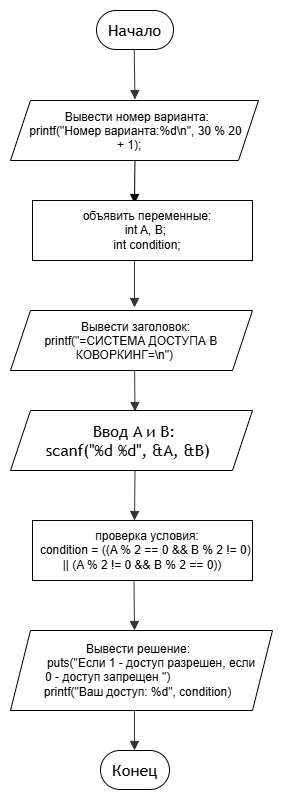
Before: lab4home.png, a diagram exported from draw.io (ChudakovaKatya/lab4home). Source tidied: cells renumbered, new cells last; positions are measured from the earlier drawing's top-left corner, leaving out a move shared by most shapes.
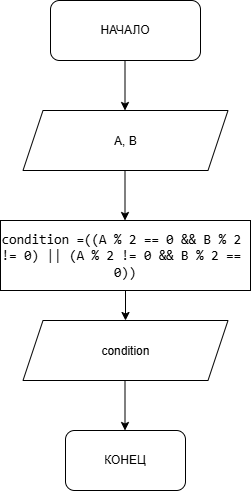
The same file after the commit.

What changed in the source:
```diff
@@ -2,73 +2,41 @@
   <root>
     <mxCell id="0" />
     <mxCell id="1" parent="0" />
-    <mxCell id="2" style="group;transparentBounds=1;editIcon=1;lockedGroup=0;groupPadding=10;" parent="1" vertex="1">
-      <mxGeometry as="geometry" />
-    </mxCell>
-    <mxCell id="3" value="Начало" style="html=1;rounded=1;whiteSpace=wrap;arcSize=50;strokeWidth=1;fontFamily=Trebuchet MS,Verdana,Arial,sans-serif;fontSize=16;" parent="2" vertex="1">
-      <mxGeometry x="224" y="30" width="77" height="39" as="geometry" />
-    </mxCell>
-    <mxCell id="4" value="Конец" style="html=1;rounded=1;whiteSpace=wrap;arcSize=50;strokeWidth=1;fontFamily=Trebuchet MS,Verdana,Arial,sans-serif;fontSize=16;" parent="2" vertex="1">
-      <mxGeometry x="228" y="770" width="69" height="39" as="geometry" />
-    </mxCell>
-    <mxCell id="5" style="curved=1;startArrow=none;endArrow=block;endSize=7;strokeColor=light-dark(#333333,#cccccc);exitX=0.49;exitY=1;entryX=0.5;entryY=0;rounded=0;" parent="2" edge="1" source="3">
-      <mxGeometry relative="1" as="geometry">
-        <mxPoint x="262.5" y="119" as="targetPoint" />
-      </mxGeometry>
-    </mxCell>
-    <mxCell id="6" style="curved=1;startArrow=none;endArrow=block;endSize=7;exitX=0.5;exitY=1;entryX=0.5;entryY=0;rounded=0;strokeColor=light-dark(#000000,#FFFFFF);" parent="2" edge="1">
-      <mxGeometry relative="1" as="geometry">
-        <mxPoint x="262.5" y="173" as="sourcePoint" />
-        <mxPoint x="262" y="223" as="targetPoint" />
-      </mxGeometry>
-    </mxCell>
-    <mxCell id="7" style="curved=1;startArrow=none;endArrow=block;endSize=7;strokeColor=light-dark(#333333,#FFFFFF);exitX=0.5;exitY=1;entryX=0.5;entryY=0;rounded=0;" parent="2" edge="1">
-      <mxGeometry relative="1" as="geometry">
-        <mxPoint x="262" y="277" as="sourcePoint" />
-        <mxPoint x="262" y="327" as="targetPoint" />
-      </mxGeometry>
-    </mxCell>
-    <mxCell id="8" style="curved=1;startArrow=none;endArrow=block;endSize=7;strokeColor=light-dark(#333333,#FFFFFF);exitX=0.5;exitY=1;entryX=0.5;entryY=0;rounded=0;entryDx=0;entryDy=0;" parent="2" edge="1">
-      <mxGeometry relative="1" as="geometry">
-        <mxPoint x="262" y="381" as="sourcePoint" />
-        <mxPoint x="262.5" y="431" as="targetPoint" />
-      </mxGeometry>
-    </mxCell>
-    <mxCell id="9" style="curved=1;startArrow=none;endArrow=block;endSize=7;strokeColor=light-dark(#333333,#FFFFFF);exitX=0.5;exitY=1;entryX=0.5;entryY=0;rounded=0;" parent="2" edge="1">
-      <mxGeometry relative="1" as="geometry">
-        <mxPoint x="262.5" y="490" as="sourcePoint" />
-        <mxPoint x="262" y="540" as="targetPoint" />
-      </mxGeometry>
-    </mxCell>
-    <mxCell id="10" style="curved=1;startArrow=none;endArrow=block;endSize=7;strokeColor=light-dark(#333333,#000000);exitX=0.5;exitY=1;entryX=0.5;entryY=0;rounded=0;" parent="2" edge="1">
-      <mxGeometry relative="1" as="geometry">
-        <mxPoint x="261.5" y="600" as="sourcePoint" />
-        <mxPoint x="262" y="650" as="targetPoint" />
-      </mxGeometry>
-    </mxCell>
-    <mxCell id="11" style="curved=1;startArrow=none;endArrow=block;endSize=7;strokeColor=light-dark(#333333,#FFFFFF);exitX=0.5;exitY=1;entryX=0.5;entryY=0;rounded=0;" parent="2" edge="1">
-      <mxGeometry relative="1" as="geometry">
-        <mxPoint x="262" y="720" as="sourcePoint" />
-        <mxPoint x="262" y="770" as="targetPoint" />
-      </mxGeometry>
-    </mxCell>
-    <mxCell id="12" value="Вывести номер варианта:&amp;nbsp; &amp;nbsp;&lt;span style=&quot;background-color: transparent; color: light-dark(rgb(0, 0, 0), rgb(255, 255, 255));&quot;&gt;printf(&quot;Номер варианта:%d\n&quot;, 30 % 20 + 1);&lt;/span&gt;&lt;div&gt;&lt;br&gt;&lt;/div&gt;" style="shape=parallelogram;perimeter=parallelogramPerimeter;whiteSpace=wrap;html=1;shapeInside=1;fixedSize=1;" parent="2" vertex="1">
-      <mxGeometry x="138" y="120" width="248" height="60" as="geometry" />
-    </mxCell>
-    <mxCell id="13" value="&amp;nbsp; &amp;nbsp; &amp;nbsp; &amp;nbsp; &amp;nbsp; &amp;nbsp; &amp;nbsp; объявить переменные:&amp;nbsp; &amp;nbsp; &amp;nbsp; &amp;nbsp; &amp;nbsp; &amp;nbsp; &amp;nbsp; &amp;nbsp; &lt;span style=&quot;background-color: transparent;&quot;&gt;int A, B;&amp;nbsp;&amp;nbsp;&lt;/span&gt;&lt;div&gt;&amp;nbsp; &amp;nbsp; int condition;&amp;nbsp;&lt;/div&gt;" style="rounded=0;whiteSpace=wrap;html=1;" parent="2" vertex="1">
-      <mxGeometry x="160" y="220" width="220" height="60" as="geometry" />
-    </mxCell>
-    <mxCell id="14" value="Вывести заголовок: printf(&quot;=СИСТЕМА ДОСТУПА В КОВОРКИНГ=\n&quot;)&amp;nbsp;" style="shape=parallelogram;perimeter=parallelogramPerimeter;whiteSpace=wrap;html=1;shapeInside=1;fixedSize=1;" parent="2" vertex="1">
-      <mxGeometry x="138" y="330" width="242" height="60" as="geometry" />
-    </mxCell>
-    <mxCell id="15" value="&amp;nbsp; &amp;nbsp; &amp;nbsp; &amp;nbsp; &amp;nbsp; &amp;nbsp; &amp;nbsp; &amp;nbsp; &amp;nbsp; проверка условия:&amp;nbsp; &amp;nbsp; &amp;nbsp; &amp;nbsp; &amp;nbsp; &amp;nbsp; &amp;nbsp; &amp;nbsp; &amp;nbsp; condition = ((A % 2 == 0 &amp;amp;&amp;amp; B % 2 != 0) || (A % 2 != 0 &amp;amp;&amp;amp; B % 2 == 0))" style="rounded=0;whiteSpace=wrap;html=1;" parent="2" vertex="1">
-      <mxGeometry x="160" y="540" width="220" height="60" as="geometry" />
-    </mxCell>
-    <mxCell id="16" value="&lt;span style=&quot;font-family: &amp;quot;Trebuchet MS&amp;quot;, Verdana, Arial, sans-serif; font-size: 16px;&quot;&gt;Ввод A и B:&lt;/span&gt;&lt;div style=&quot;font-family: &amp;quot;Trebuchet MS&amp;quot;, Verdana, Arial, sans-serif; font-size: 16px;&quot;&gt;scanf(&quot;%d %d&quot;, &amp;amp;A, &amp;amp;B)&lt;/div&gt;" style="shape=parallelogram;perimeter=parallelogramPerimeter;whiteSpace=wrap;html=1;shapeInside=1;fixedSize=1;" parent="2" vertex="1">
-      <mxGeometry x="138" y="430" width="242" height="60" as="geometry" />
-    </mxCell>
-    <mxCell id="17" value="&amp;nbsp; &amp;nbsp; &amp;nbsp; &amp;nbsp; &amp;nbsp; &amp;nbsp; &amp;nbsp; &amp;nbsp; Вывести решение:&amp;nbsp; &amp;nbsp; &amp;nbsp; &amp;nbsp; &amp;nbsp; &amp;nbsp; &amp;nbsp; &amp;nbsp; &amp;nbsp; &amp;nbsp; &amp;nbsp; &amp;nbsp; &amp;nbsp; &amp;nbsp;&lt;span style=&quot;text-decoration-line: inherit; background-color: transparent; color: light-dark(rgb(0, 0, 0), rgb(255, 255, 255));&quot;&gt;puts(&quot;Если 1 - доступ разрешен, если 0 - доступ запрещен &quot;)&amp;nbsp; &amp;nbsp; &amp;nbsp; &amp;nbsp; &amp;nbsp; &amp;nbsp; &amp;nbsp; &amp;nbsp; &amp;nbsp; &amp;nbsp; &amp;nbsp;&lt;/span&gt;&lt;span style=&quot;background-color: transparent;&quot;&gt;printf(&quot;Ваш доступ: %d&quot;, condition)&lt;/span&gt;" style="shape=parallelogram;perimeter=parallelogramPerimeter;whiteSpace=wrap;html=1;shapeInside=1;fixedSize=1;" parent="2" vertex="1">
-      <mxGeometry x="138" y="650" width="262" height="80" as="geometry" />
-    </mxCell>
+    <mxCell id="18" value="НАЧАЛО" style="rounded=1;whiteSpace=wrap;html=1;roundedPerimeter=1;" parent="1" vertex="1">
+      <mxGeometry x="260" y="30" width="150" height="60" as="geometry" />
+    </mxCell>
+    <mxCell id="19" style="endArrow=classic;html=1;rounded=0;exitX=0.5;exitY=1;exitDx=0;exitDy=0;" parent="1" edge="1">
+      <mxGeometry x="0.66" relative="1" as="geometry">
+        <mxPoint x="334.5" y="410" as="sourcePoint" />
+        <mxPoint x="334.5" y="460" as="targetPoint" />
+      </mxGeometry>
+    </mxCell>
+    <mxCell id="20" value="&lt;div&gt;A, B&lt;/div&gt;" style="shape=parallelogram;perimeter=parallelogramPerimeter;whiteSpace=wrap;html=1;shapeInside=1;fixedSize=1;" parent="1" vertex="1">
+      <mxGeometry x="232.5" y="140" width="205" height="60" as="geometry" />
+    </mxCell>
+    <mxCell id="21" style="endArrow=classic;html=1;rounded=0;exitX=0.5;exitY=1;exitDx=0;exitDy=0;" parent="1" edge="1">
+      <mxGeometry x="0.66" relative="1" as="geometry">
+        <mxPoint x="334.5" y="90" as="sourcePoint" />
+        <mxPoint x="334.5" y="140" as="targetPoint" />
+      </mxGeometry>
+    </mxCell>
+    <mxCell id="22" value="&lt;p&gt;&lt;span style=&quot;font-family: &amp;quot;Monaspace Neon&amp;quot;, ui-monospace, SFMono-Regular, &amp;quot;SF Mono&amp;quot;, Menlo, Consolas, &amp;quot;Liberation Mono&amp;quot;, monospace; font-size: 13.6px; text-align: start; white-space: break-spaces;&quot;&gt;condition =((A % 2 == 0 &amp;amp;&amp;amp; B % 2 != 0) || (A % 2 != 0 &amp;amp;&amp;amp; B % 2 == 0))&lt;/span&gt;&lt;/p&gt;" style="rounded=0;whiteSpace=wrap;html=1;" parent="1" vertex="1">
+      <mxGeometry x="210" y="250" width="250" height="70" as="geometry" />
+    </mxCell>
+    <mxCell id="23" style="endArrow=classic;html=1;rounded=0;exitX=0.5;exitY=1;exitDx=0;exitDy=0;" parent="1" edge="1">
+      <mxGeometry x="0.66" relative="1" as="geometry">
+        <mxPoint x="334.5" y="200" as="sourcePoint" />
+        <mxPoint x="334.5" y="250" as="targetPoint" />
+      </mxGeometry>
+    </mxCell>
+    <mxCell id="24" style="endArrow=classic;html=1;rounded=0;exitX=0.5;exitY=1;exitDx=0;exitDy=0;" parent="1" edge="1" source="22" target="26">
+      <mxGeometry relative="1" as="geometry" />
+    </mxCell>
+    <mxCell id="25" value="КОНЕЦ" style="rounded=1;whiteSpace=wrap;html=1;roundedPerimeter=1;" parent="1" vertex="1">
+      <mxGeometry x="275" y="460" width="120" height="60" as="geometry" />
+    </mxCell>
+    <mxCell id="26" value="сondition" style="shape=parallelogram;perimeter=parallelogramPerimeter;whiteSpace=wrap;html=1;shapeInside=1;fixedSize=1;" parent="1" vertex="1">
+      <mxGeometry x="232.5" y="350" width="205" height="60" as="geometry" />
+    </mxCell>
   </root>
 </mxGraphModel>
```
